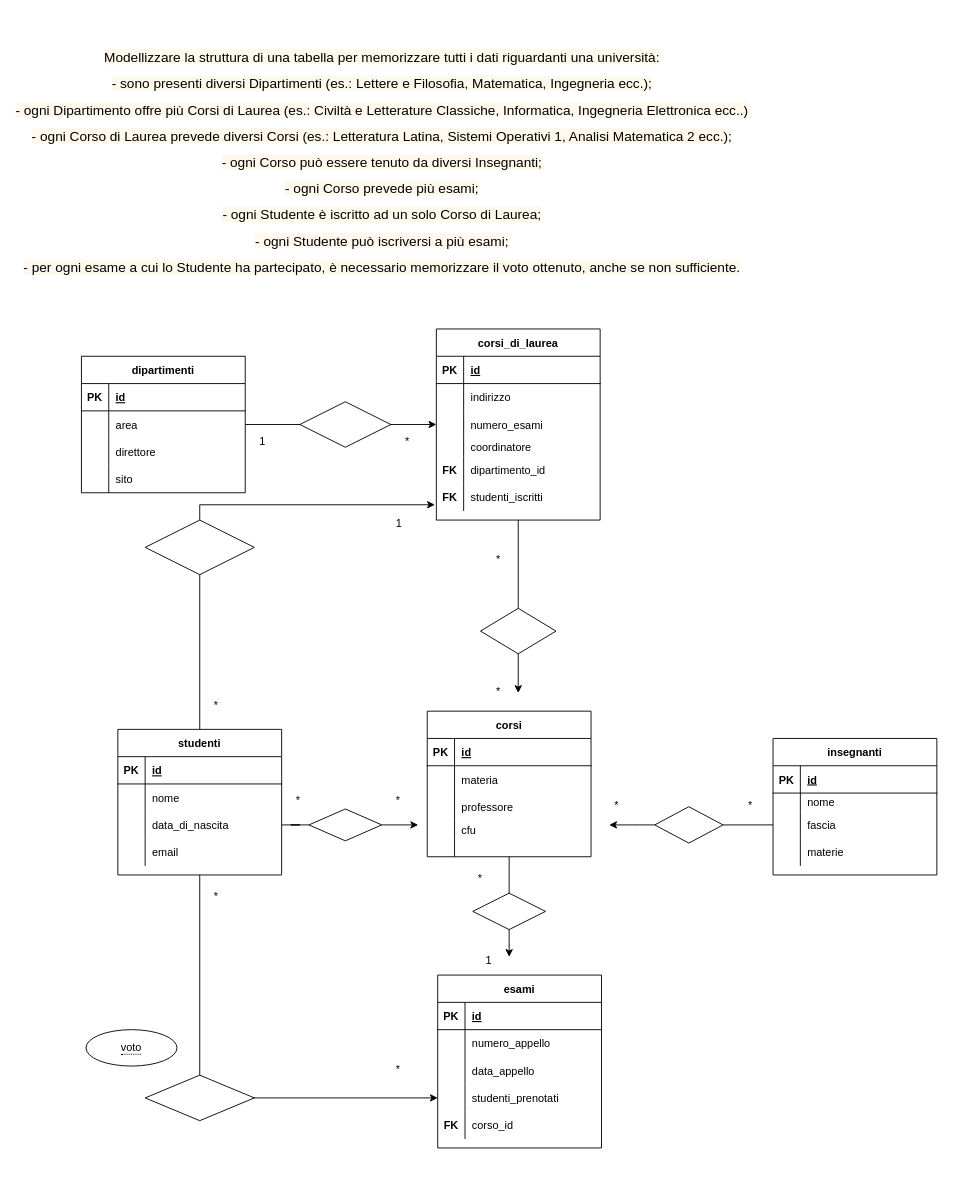
Above: db-university.drawio in jacoposergio/db-university (draw.io), before the change. Source tidied: cells renumbered, new cells numbered last; positions are measured from the earlier drawing's top-left corner, leaving out a move shared by most shapes. Both pictures are drawn from the tidied source at 91%, with x=0, y=0 at pixel (81, 119).
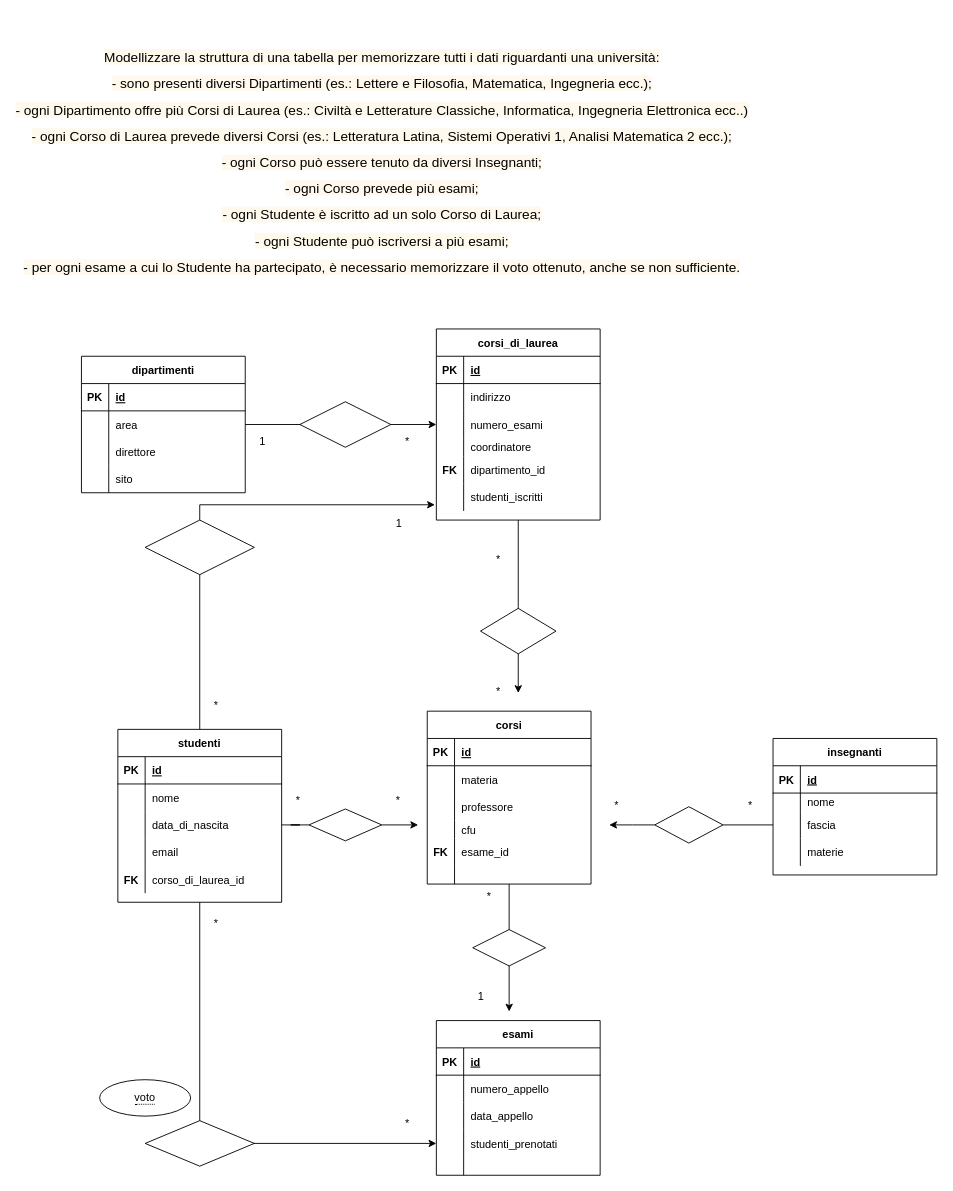
After the change.

Unchanged cells that the change refers to:
```xml
<mxCell id="33" style="shape=tableRow;horizontal=0;startSize=0;swimlaneHead=0;swimlaneBody=0;fillColor=none;points=[[0,0.5],[1,0.5]];portConstraint=eastwest;top=0;left=0;right=0;bottom=0;fontColor=#000000;" parent="17" vertex="1">
  <mxGeometry y="170" width="180" height="30" as="geometry" />
</mxCell>
```

Diff of the diagram source:
```diff
@@
-    <mxCell id="34" value="FK" style="shape=partialRectangle;fillColor=none;top=0;left=0;bottom=0;right=0;overflow=hidden;fontColor=#000000;fontStyle=1;" parent="33" vertex="1">
+    <mxCell id="34" style="shape=partialRectangle;fillColor=none;top=0;left=0;bottom=0;right=0;overflow=hidden;fontColor=#000000;fontStyle=1;" parent="33" vertex="1">
       <mxGeometry width="30" height="30" as="geometry" />
     </mxCell>
@@
-    <mxCell id="40" style="edgeStyle=orthogonalEdgeStyle;rounded=0;jettySize=auto;html=1;fontColor=#000000;" parent="1" edge="1" source="41">
-      <mxGeometry relative="1" as="geometry">
-        <mxPoint x="470" y="920" as="targetPoint" />
-      </mxGeometry>
-    </mxCell>
+    <mxCell id="124" style="edgeStyle=orthogonalEdgeStyle;rounded=0;jettySize=auto;html=1;" parent="1" edge="1" source="41">
+      <mxGeometry relative="1" as="geometry">
+        <mxPoint x="470" y="980" as="targetPoint" />
+      </mxGeometry>
+    </mxCell>
     <mxCell id="41" value="corsi" style="shape=table;startSize=30;childLayout=tableLayout;rowLines=0;fontStyle=1;align=center;fontColor=#000000;" parent="1" vertex="1">
-      <mxGeometry x="380" y="650" width="180" height="160" as="geometry" />
+      <mxGeometry x="380" y="650" width="180" height="190" as="geometry" />
     </mxCell>
@@
+    <mxCell id="125" style="shape=tableRow;horizontal=0;startSize=0;swimlaneHead=0;swimlaneBody=0;fillColor=none;top=0;left=0;right=0;bottom=0;" parent="41" vertex="1">
+      <mxGeometry y="140" width="180" height="30" as="geometry" />
+    </mxCell>
+    <mxCell id="126" value="FK" style="shape=partialRectangle;fillColor=none;top=0;left=0;bottom=0;right=0;overflow=hidden;fontStyle=1;" parent="125" vertex="1">
+      <mxGeometry width="30" height="30" as="geometry" />
+    </mxCell>
+    <mxCell id="127" value="esame_id" style="shape=partialRectangle;fillColor=none;top=0;left=0;bottom=0;right=0;align=left;spacingLeft=6;overflow=hidden;" parent="125" vertex="1">
+      <mxGeometry x="30" width="150" height="30" as="geometry" />
+    </mxCell>
     <mxCell id="54" style="shape=tableRow;horizontal=0;startSize=0;swimlaneHead=0;swimlaneBody=0;fillColor=none;top=0;left=0;right=0;bottom=0;fontColor=#000000;" parent="41" vertex="1">
-      <mxGeometry y="140" width="180" height="20" as="geometry" />
+      <mxGeometry y="170" width="180" height="20" as="geometry" />
     </mxCell>
@@
     <mxCell id="80" value="studenti" style="shape=table;startSize=30;childLayout=tableLayout;rowLines=0;fontStyle=1;align=center;fontColor=#000000;" parent="1" vertex="1">
-      <mxGeometry x="40" y="670" width="180" height="160" as="geometry" />
+      <mxGeometry x="40" y="670" width="180" height="190" as="geometry" />
     </mxCell>
@@
+    <mxCell id="128" style="shape=tableRow;horizontal=0;startSize=0;swimlaneHead=0;swimlaneBody=0;fillColor=none;top=0;left=0;right=0;bottom=0;" parent="80" vertex="1">
+      <mxGeometry y="150" width="180" height="30" as="geometry" />
+    </mxCell>
+    <mxCell id="129" value="FK" style="shape=partialRectangle;fillColor=none;top=0;left=0;bottom=0;right=0;overflow=hidden;fontStyle=1;" parent="128" vertex="1">
+      <mxGeometry width="30" height="30" as="geometry" />
+    </mxCell>
+    <mxCell id="130" value="corso_di_laurea_id" style="shape=partialRectangle;fillColor=none;top=0;left=0;bottom=0;right=0;align=left;spacingLeft=6;overflow=hidden;" parent="128" vertex="1">
+      <mxGeometry x="30" width="150" height="30" as="geometry" />
+    </mxCell>
@@
     <mxCell id="101" value="esami" style="shape=table;startSize=30;childLayout=tableLayout;rowLines=0;fontStyle=1;align=center;fontColor=#000000;" parent="1" vertex="1">
-      <mxGeometry x="391.5" y="940" width="180" height="190" as="geometry" />
+      <mxGeometry x="390" y="990" width="180" height="170" as="geometry" />
     </mxCell>
@@
     <mxCell id="114" style="shape=tableRow;horizontal=0;startSize=0;swimlaneHead=0;swimlaneBody=0;fillColor=none;top=0;left=0;right=0;bottom=0;fontColor=#000000;" parent="101" vertex="1">
-      <mxGeometry y="150" width="180" height="30" as="geometry" />
+      <mxGeometry y="150" width="180" height="20" as="geometry" />
     </mxCell>
-    <mxCell id="115" value="FK" style="shape=partialRectangle;fillColor=none;top=0;left=0;bottom=0;right=0;overflow=hidden;fontColor=#000000;fontStyle=1;" parent="114" vertex="1">
-      <mxGeometry width="30" height="30" as="geometry" />
+    <mxCell id="115" style="shape=partialRectangle;fillColor=none;top=0;left=0;bottom=0;right=0;overflow=hidden;fontColor=#000000;fontStyle=1;" parent="114" vertex="1">
+      <mxGeometry width="30" height="20" as="geometry" />
     </mxCell>
-    <mxCell id="116" value="corso_id" style="shape=partialRectangle;fillColor=none;top=0;left=0;bottom=0;right=0;align=left;spacingLeft=6;overflow=hidden;fontColor=#000000;" parent="114" vertex="1">
-      <mxGeometry x="30" width="150" height="30" as="geometry" />
+    <mxCell id="116" style="shape=partialRectangle;fillColor=none;top=0;left=0;bottom=0;right=0;align=left;spacingLeft=6;overflow=hidden;fontColor=#000000;" parent="114" vertex="1">
+      <mxGeometry x="30" width="150" height="20" as="geometry" />
     </mxCell>
     <mxCell id="117" style="shape=rhombus;perimeter=rhombusPerimeter;whiteSpace=wrap;html=1;align=center;fontColor=#000000;" parent="1" vertex="1">
-      <mxGeometry x="430" y="850" width="80" height="40" as="geometry" />
+      <mxGeometry x="430" y="890" width="80" height="40" as="geometry" />
     </mxCell>
-    <mxCell id="118" value="1" style="text;strokeColor=none;fillColor=none;spacingLeft=4;spacingRight=4;overflow=hidden;fontSize=12;fontColor=#000000;" parent="1" vertex="1">
-      <mxGeometry x="438.5" y="910" width="40" height="30" as="geometry" />
-    </mxCell>
     <mxCell id="119" value="*" style="text;strokeColor=none;fillColor=none;spacingLeft=4;spacingRight=4;overflow=hidden;fontSize=12;fontColor=#000000;" parent="1" vertex="1">
-      <mxGeometry x="430" y="820" width="40" height="30" as="geometry" />
+      <mxGeometry x="440" y="840" width="40" height="30" as="geometry" />
     </mxCell>
     <mxCell id="120" style="shape=rhombus;perimeter=rhombusPerimeter;whiteSpace=wrap;html=1;align=center;fontColor=#000000;" parent="1" vertex="1">
-      <mxGeometry x="70" y="1050" width="120" height="50" as="geometry" />
+      <mxGeometry x="70" y="1100" width="120" height="50" as="geometry" />
     </mxCell>
     <mxCell id="121" value="*" style="text;strokeColor=none;fillColor=none;spacingLeft=4;spacingRight=4;overflow=hidden;fontSize=12;fontColor=#000000;" parent="1" vertex="1">
-      <mxGeometry x="140" y="840" width="40" height="30" as="geometry" />
+      <mxGeometry x="140" y="870" width="40" height="30" as="geometry" />
     </mxCell>
     <mxCell id="122" value="*" style="text;strokeColor=none;fillColor=none;spacingLeft=4;spacingRight=4;overflow=hidden;fontSize=12;fontColor=#000000;" parent="1" vertex="1">
-      <mxGeometry x="340" y="1030" width="40" height="30" as="geometry" />
+      <mxGeometry x="350" y="1090" width="40" height="30" as="geometry" />
     </mxCell>
     <mxCell id="123" value="&lt;span style=&quot;border-bottom: 1px dotted&quot;&gt;voto&lt;/span&gt;" style="ellipse;whiteSpace=wrap;html=1;align=center;fontColor=#000000;" parent="1" vertex="1">
-      <mxGeometry x="5" y="1000" width="100" height="40" as="geometry" />
+      <mxGeometry x="20" y="1055" width="100" height="40" as="geometry" />
     </mxCell>
+    <mxCell id="118" value="1" style="text;strokeColor=none;fillColor=none;spacingLeft=4;spacingRight=4;overflow=hidden;fontSize=12;fontColor=#000000;" parent="1" vertex="1">
+      <mxGeometry x="430" y="950" width="40" height="30" as="geometry" />
+    </mxCell>
```
